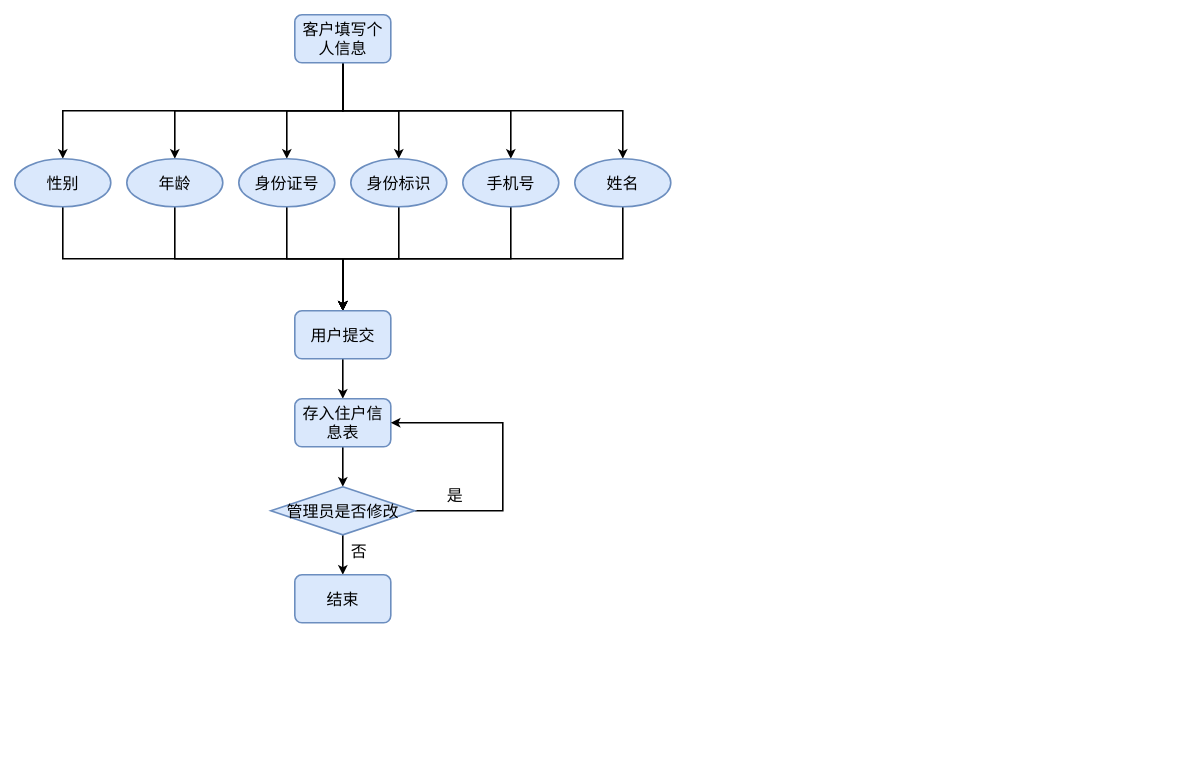
The draw.io diagram docs/src/个人信息.drawio in AndSonder/smart-hotel-database, before the edit. Source tidied: cells renumbered, new cells numbered last; positions are measured from the earlier drawing's top-left corner, leaving out a move shared by most shapes. Both pictures are drawn from the tidied source at 80%, with x=0, y=0 at pixel (14, 14).
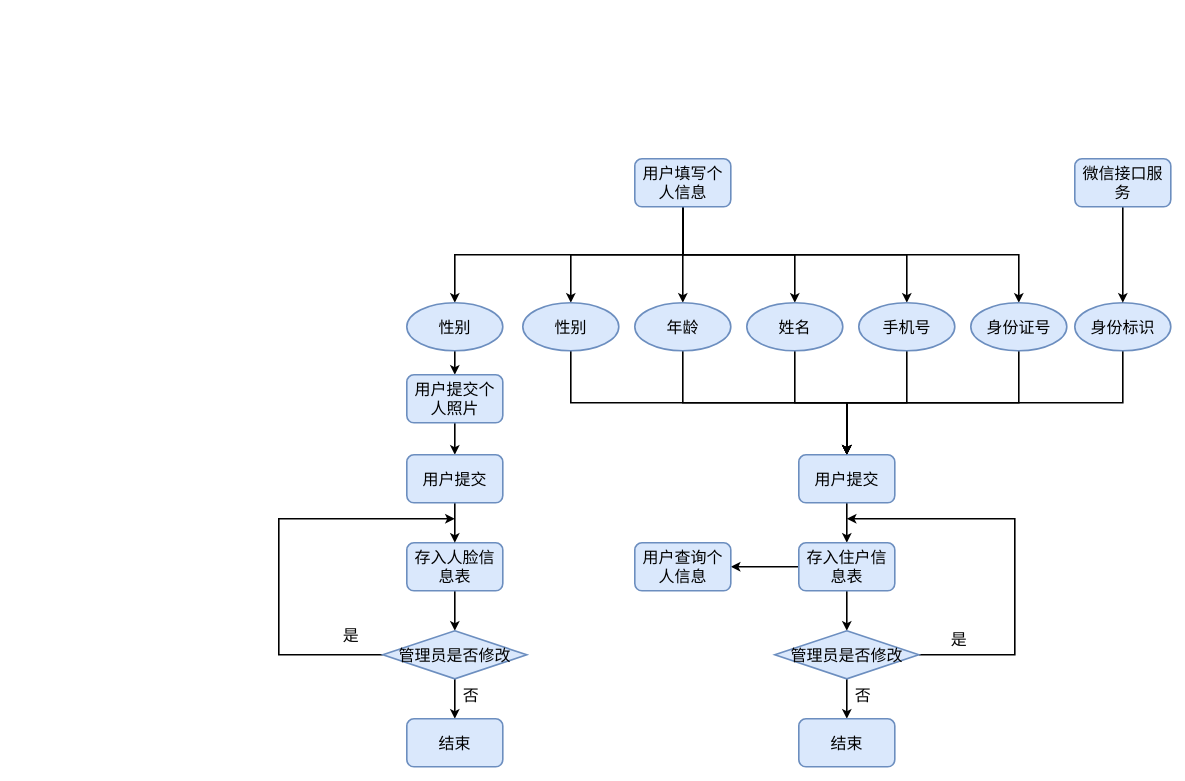
The same diagram, later.

What changed in the source:
```diff
@@
-    <mxCell id="3" style="edgeStyle=elbowEdgeStyle;rounded=0;jettySize=auto;elbow=vertical;html=1;exitX=0.5;exitY=1;exitDx=0;exitDy=0;strokeWidth=2;fontSize=20;" parent="1" edge="1" source="8" target="20">
-      <mxGeometry relative="1" as="geometry" />
-    </mxCell>
@@
+    <mxCell id="31" style="edgeStyle=elbowEdgeStyle;rounded=0;jettySize=auto;html=1;exitX=0.5;exitY=1;exitDx=0;exitDy=0;fontSize=20;strokeWidth=2;elbow=vertical;entryX=0.5;entryY=0;entryDx=0;entryDy=0;" parent="1" edge="1" source="8" target="38">
+      <mxGeometry relative="1" as="geometry" />
+    </mxCell>
-    <mxCell id="8" value="客户填写个人信息" style="rounded=1;whiteSpace=wrap;html=1;fillColor=#dae8fc;strokeColor=#6c8ebf;strokeWidth=2;fontSize=20;" parent="1" vertex="1">
-      <mxGeometry x="350" width="120" height="60" as="geometry" />
+    <mxCell id="8" value="用户填写个人信息" style="rounded=1;whiteSpace=wrap;html=1;fillColor=#dae8fc;strokeColor=#6c8ebf;strokeWidth=2;fontSize=20;" parent="1" vertex="1">
+      <mxGeometry x="775" y="180" width="120" height="60" as="geometry" />
     </mxCell>
@@
-    <mxCell id="10" value="&lt;font style=&quot;vertical-align: inherit; font-size: 20px;&quot;&gt;&lt;font style=&quot;vertical-align: inherit; font-size: 20px;&quot;&gt;&lt;font style=&quot;vertical-align: inherit; font-size: 20px;&quot;&gt;&lt;font style=&quot;vertical-align: inherit; font-size: 20px;&quot;&gt;姓名&lt;/font&gt;&lt;/font&gt;&lt;/font&gt;&lt;/font&gt;" style="ellipse;whiteSpace=wrap;html=1;fontSize=20;strokeWidth=2;fillColor=#dae8fc;strokeColor=#6c8ebf;" parent="1" vertex="1">
-      <mxGeometry x="700" y="180" width="120" height="60" as="geometry" />
+    <mxCell id="10" value="身份证号" style="ellipse;whiteSpace=wrap;html=1;fontSize=20;strokeWidth=2;fillColor=#dae8fc;strokeColor=#6c8ebf;" parent="1" vertex="1">
+      <mxGeometry x="1195" y="360" width="120" height="60" as="geometry" />
     </mxCell>
@@
     <mxCell id="12" value="&lt;font style=&quot;vertical-align: inherit; font-size: 20px;&quot;&gt;&lt;font style=&quot;vertical-align: inherit; font-size: 20px;&quot;&gt;&lt;font style=&quot;vertical-align: inherit; font-size: 20px;&quot;&gt;&lt;font style=&quot;vertical-align: inherit; font-size: 20px;&quot;&gt;性别&lt;/font&gt;&lt;/font&gt;&lt;/font&gt;&lt;/font&gt;" style="ellipse;whiteSpace=wrap;html=1;fontSize=20;strokeWidth=2;fillColor=#dae8fc;strokeColor=#6c8ebf;" parent="1" vertex="1">
-      <mxGeometry y="180" width="120" height="60" as="geometry" />
+      <mxGeometry x="635" y="360" width="120" height="60" as="geometry" />
     </mxCell>
@@
     <mxCell id="14" value="&lt;font style=&quot;vertical-align: inherit; font-size: 20px;&quot;&gt;&lt;font style=&quot;vertical-align: inherit; font-size: 20px;&quot;&gt;年龄&lt;/font&gt;&lt;/font&gt;" style="ellipse;whiteSpace=wrap;html=1;fontSize=20;strokeWidth=2;fillColor=#dae8fc;strokeColor=#6c8ebf;" parent="1" vertex="1">
-      <mxGeometry x="140" y="180" width="120" height="60" as="geometry" />
+      <mxGeometry x="775" y="360" width="120" height="60" as="geometry" />
     </mxCell>
@@
-    <mxCell id="16" value="&lt;font style=&quot;vertical-align: inherit; font-size: 20px;&quot;&gt;&lt;font style=&quot;vertical-align: inherit; font-size: 20px;&quot;&gt;&lt;font style=&quot;vertical-align: inherit; font-size: 20px;&quot;&gt;&lt;font style=&quot;vertical-align: inherit; font-size: 20px;&quot;&gt;&lt;font style=&quot;vertical-align: inherit; font-size: 20px;&quot;&gt;&lt;font style=&quot;vertical-align: inherit; font-size: 20px;&quot;&gt;身份证号&lt;/font&gt;&lt;/font&gt;&lt;/font&gt;&lt;/font&gt;&lt;/font&gt;&lt;/font&gt;" style="ellipse;whiteSpace=wrap;html=1;fontSize=20;strokeWidth=2;fillColor=#dae8fc;strokeColor=#6c8ebf;" parent="1" vertex="1">
-      <mxGeometry x="280" y="180" width="120" height="60" as="geometry" />
+    <mxCell id="16" value="姓名" style="ellipse;whiteSpace=wrap;html=1;fontSize=20;strokeWidth=2;fillColor=#dae8fc;strokeColor=#6c8ebf;" parent="1" vertex="1">
+      <mxGeometry x="915" y="360" width="120" height="60" as="geometry" />
     </mxCell>
@@
     <mxCell id="18" value="&lt;font style=&quot;vertical-align: inherit; font-size: 20px;&quot;&gt;&lt;font style=&quot;vertical-align: inherit; font-size: 20px;&quot;&gt;&lt;font style=&quot;vertical-align: inherit; font-size: 20px;&quot;&gt;&lt;font style=&quot;vertical-align: inherit; font-size: 20px;&quot;&gt;&lt;font style=&quot;vertical-align: inherit; font-size: 20px;&quot;&gt;&lt;font style=&quot;vertical-align: inherit; font-size: 20px;&quot;&gt;手机号&lt;/font&gt;&lt;/font&gt;&lt;/font&gt;&lt;/font&gt;&lt;/font&gt;&lt;/font&gt;" style="ellipse;whiteSpace=wrap;html=1;fontSize=20;strokeWidth=2;fillColor=#dae8fc;strokeColor=#6c8ebf;" parent="1" vertex="1">
-      <mxGeometry x="560" y="180" width="120" height="60" as="geometry" />
+      <mxGeometry x="1055" y="360" width="120" height="60" as="geometry" />
     </mxCell>
-    <mxCell id="19" style="edgeStyle=elbowEdgeStyle;rounded=0;jettySize=auto;elbow=vertical;html=1;exitX=0.5;exitY=1;exitDx=0;exitDy=0;entryX=0.5;entryY=0;entryDx=0;entryDy=0;strokeWidth=2;fontSize=20;" parent="1" edge="1" source="20" target="22">
-      <mxGeometry relative="1" as="geometry" />
-    </mxCell>
-    <mxCell id="20" value="&lt;font style=&quot;vertical-align: inherit; font-size: 20px;&quot;&gt;&lt;font style=&quot;vertical-align: inherit; font-size: 20px;&quot;&gt;身份标识&lt;/font&gt;&lt;/font&gt;" style="ellipse;whiteSpace=wrap;html=1;fontSize=20;strokeWidth=2;fillColor=#dae8fc;strokeColor=#6c8ebf;" parent="1" vertex="1">
-      <mxGeometry x="420" y="180" width="120" height="60" as="geometry" />
-    </mxCell>
@@
     <mxCell id="22" value="用户提交" style="rounded=1;whiteSpace=wrap;html=1;fillColor=#dae8fc;strokeColor=#6c8ebf;strokeWidth=2;fontSize=20;" parent="1" vertex="1">
-      <mxGeometry x="350" y="370" width="120" height="60" as="geometry" />
+      <mxGeometry x="980" y="550" width="120" height="60" as="geometry" />
     </mxCell>
@@
+    <mxCell id="32" style="edgeStyle=elbowEdgeStyle;rounded=0;jettySize=auto;html=1;exitX=0;exitY=0.5;exitDx=0;exitDy=0;entryX=1;entryY=0.5;entryDx=0;entryDy=0;fontSize=20;strokeWidth=2;" parent="1" edge="1" source="24" target="36">
+      <mxGeometry relative="1" as="geometry" />
+    </mxCell>
     <mxCell id="24" value="存入住户信息表" style="rounded=1;whiteSpace=wrap;html=1;fillColor=#dae8fc;strokeColor=#6c8ebf;strokeWidth=2;fontSize=20;" parent="1" vertex="1">
-      <mxGeometry x="350" y="480" width="120" height="60" as="geometry" />
+      <mxGeometry x="980" y="660" width="120" height="60" as="geometry" />
     </mxCell>
@@
-    <mxCell id="26" style="edgeStyle=elbowEdgeStyle;rounded=0;jettySize=auto;elbow=vertical;html=1;exitX=1;exitY=0.5;exitDx=0;exitDy=0;entryX=1;entryY=0.5;entryDx=0;entryDy=0;strokeWidth=2;fontSize=20;" parent="1" edge="1" source="27" target="24">
-      <mxGeometry relative="1" as="geometry">
-        <Array as="points">
-          <mxPoint x="610" y="570" />
-          <mxPoint x="640" y="570" />
-        </Array>
-      </mxGeometry>
-    </mxCell>
+    <mxCell id="33" style="edgeStyle=elbowEdgeStyle;rounded=0;jettySize=auto;html=1;exitX=1;exitY=0.5;exitDx=0;exitDy=0;entryX=1;entryY=0.5;entryDx=0;entryDy=0;fontSize=20;strokeWidth=2;" parent="1" edge="1" source="27">
+      <mxGeometry relative="1" as="geometry">
+        <mxPoint x="1040" y="630" as="targetPoint" />
+        <Array as="points">
+          <mxPoint x="1250" y="710" />
+          <mxPoint x="1310" y="730" />
+        </Array>
+      </mxGeometry>
+    </mxCell>
     <mxCell id="27" value="管理员是否修改" style="rhombus;whiteSpace=wrap;html=1;fillColor=#dae8fc;strokeColor=#6c8ebf;strokeWidth=2;fontSize=20;" parent="1" vertex="1">
-      <mxGeometry x="320" y="590" width="180" height="60" as="geometry" />
+      <mxGeometry x="950" y="770" width="180" height="60" as="geometry" />
     </mxCell>
     <mxCell id="28" value="结束" style="rounded=1;whiteSpace=wrap;html=1;fillColor=#dae8fc;strokeColor=#6c8ebf;strokeWidth=2;fontSize=20;" parent="1" vertex="1">
-      <mxGeometry x="350" y="700" width="120" height="60" as="geometry" />
+      <mxGeometry x="980" y="880" width="120" height="60" as="geometry" />
     </mxCell>
     <mxCell id="29" value="是" style="text;html=1;align=center;verticalAlign=middle;strokeColor=none;strokeWidth=2;fontSize=20;" parent="1" vertex="1">
-      <mxGeometry x="530" y="585" width="40" height="30" as="geometry" />
+      <mxGeometry x="1160" y="765" width="40" height="30" as="geometry" />
     </mxCell>
     <mxCell id="30" value="否" style="text;html=1;align=center;verticalAlign=middle;strokeColor=none;fontSize=20;" parent="1" vertex="1">
-      <mxGeometry x="410" y="655" width="40" height="30" as="geometry" />
+      <mxGeometry x="1040" y="835" width="40" height="30" as="geometry" />
     </mxCell>
+    <mxCell id="19" style="edgeStyle=elbowEdgeStyle;rounded=0;jettySize=auto;elbow=vertical;html=1;exitX=0.5;exitY=1;exitDx=0;exitDy=0;entryX=0.5;entryY=0;entryDx=0;entryDy=0;fontSize=20;strokeWidth=2;" parent="1" edge="1" source="20" target="22">
+      <mxGeometry relative="1" as="geometry" />
+    </mxCell>
+    <mxCell id="20" value="&lt;font style=&quot;vertical-align: inherit ; font-size: 20px&quot;&gt;&lt;font style=&quot;vertical-align: inherit ; font-size: 20px&quot;&gt;&lt;font style=&quot;vertical-align: inherit ; font-size: 20px&quot;&gt;&lt;font style=&quot;vertical-align: inherit ; font-size: 20px&quot;&gt;身份标识&lt;/font&gt;&lt;/font&gt;&lt;/font&gt;&lt;/font&gt;" style="ellipse;whiteSpace=wrap;html=1;fontSize=20;strokeWidth=2;fillColor=#dae8fc;strokeColor=#6c8ebf;" parent="1" vertex="1">
+      <mxGeometry x="1325" y="360" width="120" height="60" as="geometry" />
+    </mxCell>
+    <mxCell id="34" style="edgeStyle=elbowEdgeStyle;rounded=0;jettySize=auto;elbow=vertical;html=1;exitX=0.5;exitY=1;exitDx=0;exitDy=0;entryX=0.5;entryY=0;entryDx=0;entryDy=0;fontSize=20;strokeWidth=2;" parent="1" edge="1" source="35" target="20">
+      <mxGeometry relative="1" as="geometry" />
+    </mxCell>
+    <mxCell id="35" value="微信接口服务" style="rounded=1;whiteSpace=wrap;html=1;fillColor=#dae8fc;strokeColor=#6c8ebf;strokeWidth=2;fontSize=20;" parent="1" vertex="1">
+      <mxGeometry x="1325" y="180" width="120" height="60" as="geometry" />
+    </mxCell>
+    <mxCell id="36" value="用户查询个人信息" style="rounded=1;whiteSpace=wrap;html=1;fillColor=#dae8fc;strokeColor=#6c8ebf;strokeWidth=2;fontSize=20;" parent="1" vertex="1">
+      <mxGeometry x="775" y="660" width="120" height="60" as="geometry" />
+    </mxCell>
+    <mxCell id="37" style="edgeStyle=elbowEdgeStyle;rounded=0;jettySize=auto;elbow=vertical;html=1;exitX=0.5;exitY=1;exitDx=0;exitDy=0;fontSize=20;strokeWidth=2;" parent="1" edge="1" source="38" target="40">
+      <mxGeometry relative="1" as="geometry" />
+    </mxCell>
+    <mxCell id="38" value="&lt;font style=&quot;vertical-align: inherit; font-size: 20px;&quot;&gt;&lt;font style=&quot;vertical-align: inherit; font-size: 20px;&quot;&gt;&lt;font style=&quot;vertical-align: inherit; font-size: 20px;&quot;&gt;&lt;font style=&quot;vertical-align: inherit; font-size: 20px;&quot;&gt;性别&lt;/font&gt;&lt;/font&gt;&lt;/font&gt;&lt;/font&gt;" style="ellipse;whiteSpace=wrap;html=1;fontSize=20;strokeWidth=2;fillColor=#dae8fc;strokeColor=#6c8ebf;" parent="1" vertex="1">
+      <mxGeometry x="490" y="360" width="120" height="60" as="geometry" />
+    </mxCell>
+    <mxCell id="39" style="edgeStyle=elbowEdgeStyle;rounded=0;jettySize=auto;elbow=vertical;html=1;exitX=0.5;exitY=1;exitDx=0;exitDy=0;entryX=0.5;entryY=0;entryDx=0;entryDy=0;fontSize=20;strokeWidth=2;" parent="1" edge="1" source="40" target="49">
+      <mxGeometry relative="1" as="geometry" />
+    </mxCell>
+    <mxCell id="40" value="用户提交个人照片" style="rounded=1;whiteSpace=wrap;html=1;fillColor=#dae8fc;strokeColor=#6c8ebf;strokeWidth=2;fontSize=20;" parent="1" vertex="1">
+      <mxGeometry x="490" y="450" width="120" height="60" as="geometry" />
+    </mxCell>
+    <mxCell id="41" style="edgeStyle=elbowEdgeStyle;rounded=0;jettySize=auto;elbow=vertical;html=1;exitX=0.5;exitY=1;exitDx=0;exitDy=0;entryX=0.5;entryY=0;entryDx=0;entryDy=0;strokeWidth=2;fontSize=20;" parent="1" edge="1" source="42" target="45">
+      <mxGeometry relative="1" as="geometry" />
+    </mxCell>
+    <mxCell id="42" value="存入人脸信息表" style="rounded=1;whiteSpace=wrap;html=1;fillColor=#dae8fc;strokeColor=#6c8ebf;strokeWidth=2;fontSize=20;" parent="1" vertex="1">
+      <mxGeometry x="490" y="660" width="120" height="60" as="geometry" />
+    </mxCell>
+    <mxCell id="43" style="edgeStyle=elbowEdgeStyle;rounded=0;jettySize=auto;elbow=vertical;html=1;exitX=0.5;exitY=1;exitDx=0;exitDy=0;entryX=0.5;entryY=0;entryDx=0;entryDy=0;strokeWidth=2;fontSize=20;" parent="1" edge="1" source="45" target="46">
+      <mxGeometry relative="1" as="geometry" />
+    </mxCell>
+    <mxCell id="44" style="edgeStyle=elbowEdgeStyle;rounded=0;jettySize=auto;html=1;exitX=0;exitY=0.5;exitDx=0;exitDy=0;entryX=0;entryY=0.5;entryDx=0;entryDy=0;fontSize=20;strokeWidth=2;" parent="1" edge="1" source="45">
+      <mxGeometry relative="1" as="geometry">
+        <mxPoint x="550" y="630" as="targetPoint" />
+        <Array as="points">
+          <mxPoint x="330" y="710" />
+          <mxPoint x="310" y="710" />
+        </Array>
+      </mxGeometry>
+    </mxCell>
+    <mxCell id="45" value="管理员是否修改" style="rhombus;whiteSpace=wrap;html=1;fillColor=#dae8fc;strokeColor=#6c8ebf;strokeWidth=2;fontSize=20;" parent="1" vertex="1">
+      <mxGeometry x="460" y="770" width="180" height="60" as="geometry" />
+    </mxCell>
+    <mxCell id="46" value="结束" style="rounded=1;whiteSpace=wrap;html=1;fillColor=#dae8fc;strokeColor=#6c8ebf;strokeWidth=2;fontSize=20;" parent="1" vertex="1">
+      <mxGeometry x="490" y="880" width="120" height="60" as="geometry" />
+    </mxCell>
+    <mxCell id="47" value="否" style="text;html=1;align=center;verticalAlign=middle;strokeColor=none;fontSize=20;" parent="1" vertex="1">
+      <mxGeometry x="550" y="835" width="40" height="30" as="geometry" />
+    </mxCell>
+    <mxCell id="48" style="edgeStyle=elbowEdgeStyle;rounded=0;jettySize=auto;elbow=vertical;html=1;exitX=0.5;exitY=1;exitDx=0;exitDy=0;entryX=0.5;entryY=0;entryDx=0;entryDy=0;fontSize=20;strokeWidth=2;" parent="1" edge="1" source="49" target="42">
+      <mxGeometry relative="1" as="geometry" />
+    </mxCell>
+    <mxCell id="49" value="用户提交" style="rounded=1;whiteSpace=wrap;html=1;fillColor=#dae8fc;strokeColor=#6c8ebf;strokeWidth=2;fontSize=20;" parent="1" vertex="1">
+      <mxGeometry x="490" y="550" width="120" height="60" as="geometry" />
+    </mxCell>
+    <mxCell id="50" value="是" style="text;html=1;align=center;verticalAlign=middle;strokeColor=none;strokeWidth=2;fontSize=20;" parent="1" vertex="1">
+      <mxGeometry x="400" y="760" width="40" height="30" as="geometry" />
+    </mxCell>
```
